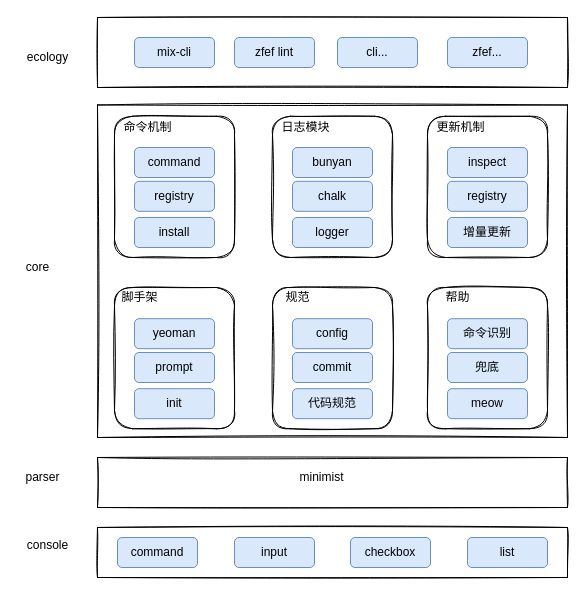
This is feflow 架构图.drawio from 1587319019/diagrams, a draw.io file, before an edit. Source tidied: cells renumbered, new cells numbered last; positions are measured from the earlier drawing's top-left corner, leaving out a move shared by most shapes. Both pictures are drawn from the tidied source at 100%, with x=0, y=0 at pixel (17, 17).
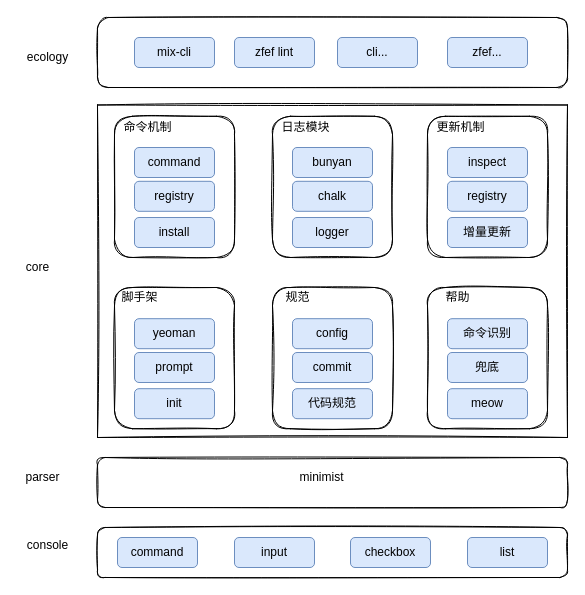
After the change.

Commit message:
更新feflow 架构图.drawio

What changed in the source:
```diff
@@
-<mxGraphModel>
+<mxGraphModel background="#FFFFFF">
@@
-    <mxCell id="6" style="rounded=0;whiteSpace=wrap;html=1;sketch=1;" parent="1" vertex="1">
+    <mxCell id="6" style="rounded=1;whiteSpace=wrap;html=1;sketch=1;" parent="1" vertex="1">
       <mxGeometry x="80" y="440" width="470" height="50" as="geometry" />
     </mxCell>
-    <mxCell id="7" style="rounded=0;whiteSpace=wrap;html=1;sketch=1;" parent="1" vertex="1">
+    <mxCell id="7" style="rounded=1;whiteSpace=wrap;html=1;sketch=1;" parent="1" vertex="1">
       <mxGeometry x="80" y="510" width="470" height="50" as="geometry" />
     </mxCell>
@@
-    <mxCell id="14" style="rounded=0;whiteSpace=wrap;html=1;sketch=1;" parent="1" vertex="1">
+    <mxCell id="14" style="rounded=1;whiteSpace=wrap;html=1;sketch=1;" parent="1" vertex="1">
       <mxGeometry x="80" width="470" height="70" as="geometry" />
     </mxCell>
```
